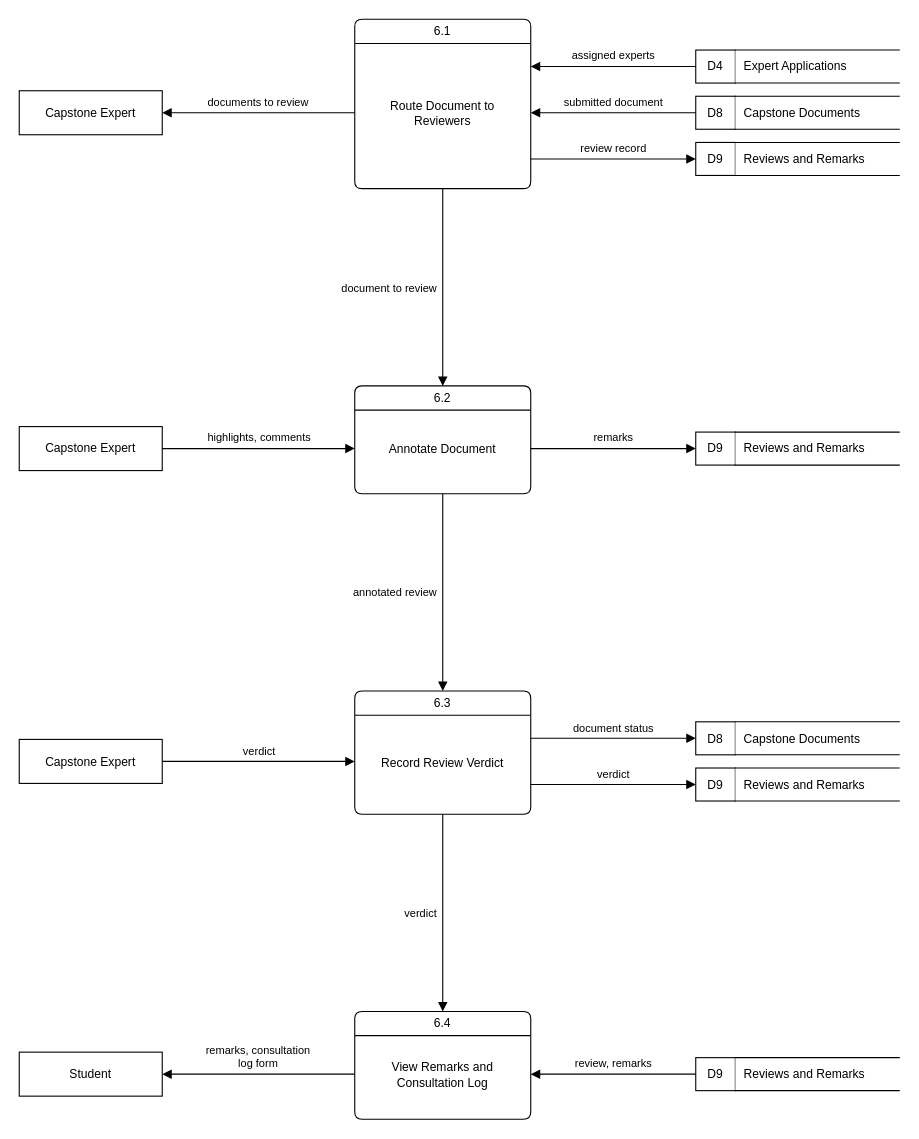
Before: page "DFD Level 1 - 6.0 Review and Annotate Documents" (9 of 15) of docs/diagrams/capstrack-diagrams-all.drawio in M21thony/capstrack, a draw.io diagram. Source tidied: cells renumbered, new cells numbered last; positions are measured from the earlier drawing's top-left corner, leaving out a move shared by most shapes. Both pictures are drawn from the tidied source at 110%, with x=0, y=0 at pixel (19, 19).
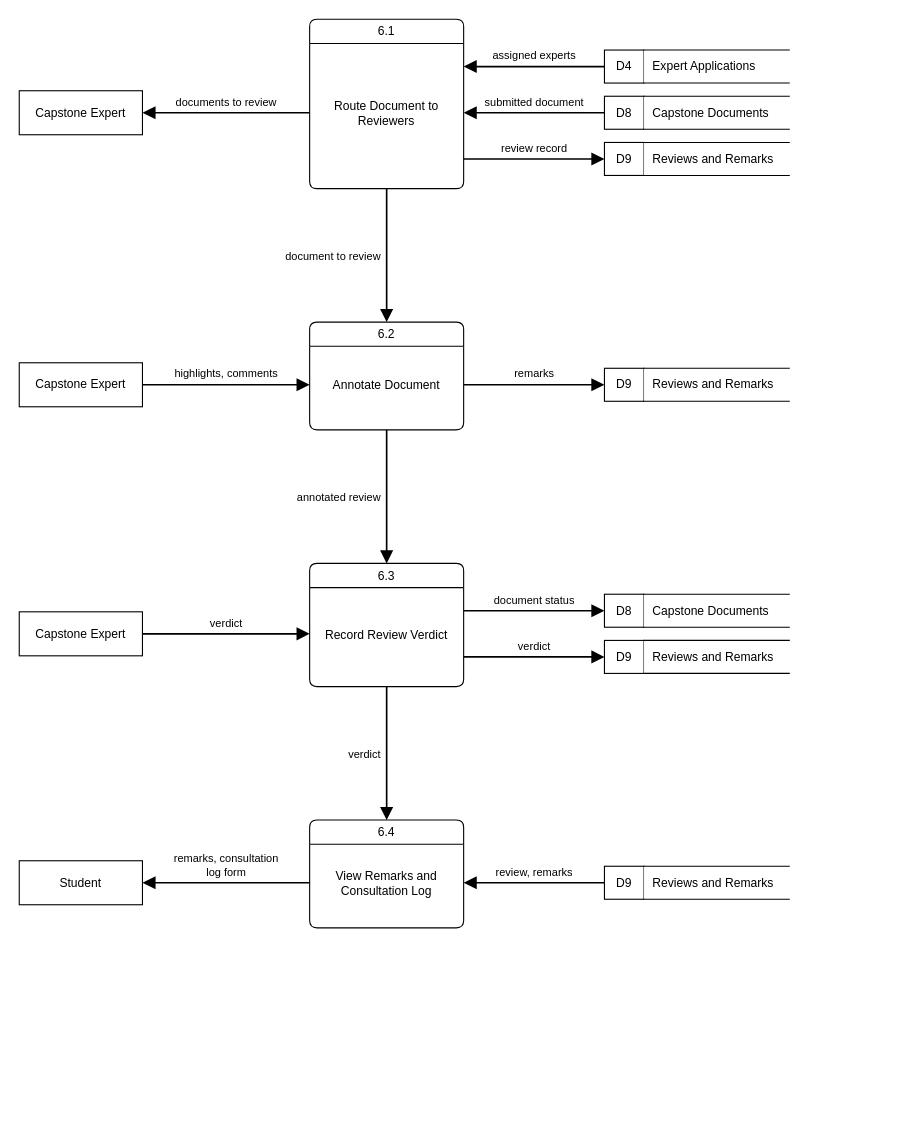
The same diagram, later.

Diff of the diagram source:
```diff
@@
     <mxCell id="2" value="6.1" style="swimlane;shape=swimlane;rounded=1;arcSize=10;startSize=22;html=1;whiteSpace=wrap;fillColor=#ffffff;swimlaneFillColor=#ffffff;fontStyle=0;fontSize=11;strokeColor=#000000;fontFamily=Helvetica;fontColor=#000000;" parent="1" vertex="1">
-      <mxGeometry x="305" width="160" height="154" as="geometry" />
+      <mxGeometry x="264" width="140" height="154" as="geometry" />
     </mxCell>
     <mxCell id="3" value="Route Document to Reviewers" style="text;html=1;strokeColor=none;fillColor=none;align=center;verticalAlign=middle;whiteSpace=wrap;fontSize=11;fontFamily=Helvetica;fontColor=#000000;" parent="2" vertex="1">
-      <mxGeometry x="6" y="22" width="148" height="128" as="geometry" />
+      <mxGeometry x="6" y="22" width="128" height="128" as="geometry" />
     </mxCell>
     <mxCell id="4" value="Capstone Expert" style="rounded=0;whiteSpace=wrap;html=1;fillColor=#ffffff;fontSize=11;strokeColor=#000000;fontFamily=Helvetica;fontColor=#000000;" parent="1" vertex="1">
-      <mxGeometry y="65" width="130" height="40" as="geometry" />
+      <mxGeometry y="65" width="112" height="40" as="geometry" />
     </mxCell>
-    <mxCell id="5" value="documents to review" style="edgeStyle=orthogonalEdgeStyle;rounded=0;html=1;endArrow=block;endFill=1;endSize=6;startArrow=none;strokeColor=#000000;fontFamily=Helvetica;fontColor=#000000;fontSize=10;labelBackgroundColor=#ffffff;verticalAlign=bottom;exitX=0;exitY=0.551948;exitDx=0;exitDy=0;entryX=1;entryY=0.5;entryDx=0;entryDy=0;" parent="1" edge="1" source="2" target="4">
+    <mxCell id="5" value="documents to review" style="edgeStyle=orthogonalEdgeStyle;rounded=0;html=1;endArrow=block;endFill=1;endSize=8;strokeWidth=1.5;startArrow=none;strokeColor=#000000;fontFamily=Helvetica;fontColor=#000000;fontSize=10;labelBackgroundColor=#ffffff;verticalAlign=bottom;exitX=0;exitY=0.551948;exitDx=0;exitDy=0;entryX=1;entryY=0.5;entryDx=0;entryDy=0;" parent="1" edge="1" source="2" target="4">
       <mxGeometry relative="1" as="geometry">
         <mxPoint y="-1" as="offset" />
       </mxGeometry>
     </mxCell>
     <mxCell id="6" style="rounded=0;html=1;fillColor=none;strokeColor=none;" parent="1" vertex="1">
-      <mxGeometry x="615" y="28" width="185" height="30" as="geometry" />
+      <mxGeometry x="532" y="28" width="168" height="30" as="geometry" />
     </mxCell>
@@
     <mxCell id="8" value="Expert Applications" style="shape=partialRectangle;left=0;right=0;top=1;bottom=1;whiteSpace=wrap;html=1;align=left;spacingLeft=6;fillColor=#ffffff;fontSize=11;strokeColor=#000000;fontFamily=Helvetica;fontColor=#000000;" parent="6" vertex="1">
-      <mxGeometry x="36" width="149" height="30" as="geometry" />
+      <mxGeometry x="36" width="132" height="30" as="geometry" />
     </mxCell>
-    <mxCell id="9" value="assigned experts" style="edgeStyle=orthogonalEdgeStyle;rounded=0;html=1;endArrow=block;endFill=1;endSize=6;startArrow=none;strokeColor=#000000;fontFamily=Helvetica;fontColor=#000000;fontSize=10;labelBackgroundColor=#ffffff;verticalAlign=bottom;exitX=0;exitY=0.5;exitDx=0;exitDy=0;entryX=1;entryY=0.279221;entryDx=0;entryDy=0;" parent="1" edge="1" source="6" target="2">
+    <mxCell id="9" value="assigned experts" style="edgeStyle=orthogonalEdgeStyle;rounded=0;html=1;endArrow=block;endFill=1;endSize=8;strokeWidth=1.5;startArrow=none;strokeColor=#000000;fontFamily=Helvetica;fontColor=#000000;fontSize=10;labelBackgroundColor=#ffffff;verticalAlign=bottom;exitX=0;exitY=0.5;exitDx=0;exitDy=0;entryX=1;entryY=0.279221;entryDx=0;entryDy=0;" parent="1" edge="1" source="6" target="2">
       <mxGeometry relative="1" as="geometry">
         <mxPoint y="-1" as="offset" />
       </mxGeometry>
     </mxCell>
     <mxCell id="10" style="rounded=0;html=1;fillColor=none;strokeColor=none;" parent="1" vertex="1">
-      <mxGeometry x="615" y="70" width="185" height="30" as="geometry" />
+      <mxGeometry x="532" y="70" width="168" height="30" as="geometry" />
     </mxCell>
@@
     <mxCell id="12" value="Capstone Documents" style="shape=partialRectangle;left=0;right=0;top=1;bottom=1;whiteSpace=wrap;html=1;align=left;spacingLeft=6;fillColor=#ffffff;fontSize=11;strokeColor=#000000;fontFamily=Helvetica;fontColor=#000000;" parent="10" vertex="1">
-      <mxGeometry x="36" width="149" height="30" as="geometry" />
+      <mxGeometry x="36" width="132" height="30" as="geometry" />
     </mxCell>
-    <mxCell id="13" value="submitted document" style="edgeStyle=orthogonalEdgeStyle;rounded=0;html=1;endArrow=block;endFill=1;endSize=6;startArrow=none;strokeColor=#000000;fontFamily=Helvetica;fontColor=#000000;fontSize=10;labelBackgroundColor=#ffffff;verticalAlign=bottom;exitX=0;exitY=0.5;exitDx=0;exitDy=0;entryX=1;entryY=0.551948;entryDx=0;entryDy=0;" parent="1" edge="1" source="10" target="2">
+    <mxCell id="13" value="submitted document" style="edgeStyle=orthogonalEdgeStyle;rounded=0;html=1;endArrow=block;endFill=1;endSize=8;strokeWidth=1.5;startArrow=none;strokeColor=#000000;fontFamily=Helvetica;fontColor=#000000;fontSize=10;labelBackgroundColor=#ffffff;verticalAlign=bottom;exitX=0;exitY=0.5;exitDx=0;exitDy=0;entryX=1;entryY=0.551948;entryDx=0;entryDy=0;" parent="1" edge="1" source="10" target="2">
       <mxGeometry relative="1" as="geometry">
         <mxPoint y="-1" as="offset" />
       </mxGeometry>
     </mxCell>
     <mxCell id="14" style="rounded=0;html=1;fillColor=none;strokeColor=none;" parent="1" vertex="1">
-      <mxGeometry x="615" y="112" width="185" height="30" as="geometry" />
+      <mxGeometry x="532" y="112" width="168" height="30" as="geometry" />
     </mxCell>
@@
     <mxCell id="16" value="Reviews and Remarks" style="shape=partialRectangle;left=0;right=0;top=1;bottom=1;whiteSpace=wrap;html=1;align=left;spacingLeft=6;fillColor=#ffffff;fontSize=11;strokeColor=#000000;fontFamily=Helvetica;fontColor=#000000;" parent="14" vertex="1">
-      <mxGeometry x="36" width="149" height="30" as="geometry" />
+      <mxGeometry x="36" width="132" height="30" as="geometry" />
     </mxCell>
-    <mxCell id="17" value="review record" style="edgeStyle=orthogonalEdgeStyle;rounded=0;html=1;endArrow=block;endFill=1;endSize=6;startArrow=none;strokeColor=#000000;fontFamily=Helvetica;fontColor=#000000;fontSize=10;labelBackgroundColor=#ffffff;verticalAlign=bottom;exitX=1;exitY=0.824675;exitDx=0;exitDy=0;entryX=0;entryY=0.5;entryDx=0;entryDy=0;" parent="1" edge="1" source="2" target="14">
+    <mxCell id="17" value="review record" style="edgeStyle=orthogonalEdgeStyle;rounded=0;html=1;endArrow=block;endFill=1;endSize=8;strokeWidth=1.5;startArrow=none;strokeColor=#000000;fontFamily=Helvetica;fontColor=#000000;fontSize=10;labelBackgroundColor=#ffffff;verticalAlign=bottom;exitX=1;exitY=0.824675;exitDx=0;exitDy=0;entryX=0;entryY=0.5;entryDx=0;entryDy=0;" parent="1" edge="1" source="2" target="14">
       <mxGeometry relative="1" as="geometry">
         <mxPoint y="-1" as="offset" />
       </mxGeometry>
     </mxCell>
     <mxCell id="18" value="6.2" style="swimlane;shape=swimlane;rounded=1;arcSize=10;startSize=22;html=1;whiteSpace=wrap;fillColor=#ffffff;swimlaneFillColor=#ffffff;fontStyle=0;fontSize=11;strokeColor=#000000;fontFamily=Helvetica;fontColor=#000000;" parent="1" vertex="1">
-      <mxGeometry x="305" y="333.3" width="160" height="98" as="geometry" />
+      <mxGeometry x="264" y="275.3" width="140" height="98" as="geometry" />
     </mxCell>
     <mxCell id="19" value="Annotate Document" style="text;html=1;strokeColor=none;fillColor=none;align=center;verticalAlign=middle;whiteSpace=wrap;fontSize=11;fontFamily=Helvetica;fontColor=#000000;" parent="18" vertex="1">
-      <mxGeometry x="6" y="22" width="148" height="72" as="geometry" />
+      <mxGeometry x="6" y="22" width="128" height="72" as="geometry" />
     </mxCell>
     <mxCell id="20" value="Capstone Expert" style="rounded=0;whiteSpace=wrap;html=1;fillColor=#ffffff;fontSize=11;strokeColor=#000000;fontFamily=Helvetica;fontColor=#000000;" parent="1" vertex="1">
-      <mxGeometry y="370.3" width="130" height="40" as="geometry" />
+      <mxGeometry y="312.3" width="112" height="40" as="geometry" />
     </mxCell>
-    <mxCell id="21" value="highlights, comments" style="edgeStyle=orthogonalEdgeStyle;rounded=0;html=1;endArrow=block;endFill=1;endSize=6;startArrow=none;strokeColor=#000000;fontFamily=Helvetica;fontColor=#000000;fontSize=10;labelBackgroundColor=#ffffff;verticalAlign=bottom;exitX=1;exitY=0.5;exitDx=0;exitDy=0;entryX=0;entryY=0.581633;entryDx=0;entryDy=0;" parent="1" edge="1" source="20" target="18">
+    <mxCell id="21" value="highlights, comments" style="edgeStyle=orthogonalEdgeStyle;rounded=0;html=1;endArrow=block;endFill=1;endSize=8;strokeWidth=1.5;startArrow=none;strokeColor=#000000;fontFamily=Helvetica;fontColor=#000000;fontSize=10;labelBackgroundColor=#ffffff;verticalAlign=bottom;exitX=1;exitY=0.5;exitDx=0;exitDy=0;entryX=0;entryY=0.581633;entryDx=0;entryDy=0;" parent="1" edge="1" source="20" target="18">
       <mxGeometry relative="1" as="geometry">
         <mxPoint y="-1" as="offset" />
       </mxGeometry>
     </mxCell>
     <mxCell id="22" style="rounded=0;html=1;fillColor=none;strokeColor=none;" parent="1" vertex="1">
-      <mxGeometry x="615" y="375.3" width="185" height="30" as="geometry" />
+      <mxGeometry x="532" y="317.3" width="168" height="30" as="geometry" />
     </mxCell>
@@
     <mxCell id="24" value="Reviews and Remarks" style="shape=partialRectangle;left=0;right=0;top=1;bottom=1;whiteSpace=wrap;html=1;align=left;spacingLeft=6;fillColor=#ffffff;fontSize=11;strokeColor=#000000;fontFamily=Helvetica;fontColor=#000000;" parent="22" vertex="1">
-      <mxGeometry x="36" width="149" height="30" as="geometry" />
+      <mxGeometry x="36" width="132" height="30" as="geometry" />
     </mxCell>
-    <mxCell id="25" value="remarks" style="edgeStyle=orthogonalEdgeStyle;rounded=0;html=1;endArrow=block;endFill=1;endSize=6;startArrow=none;strokeColor=#000000;fontFamily=Helvetica;fontColor=#000000;fontSize=10;labelBackgroundColor=#ffffff;verticalAlign=bottom;exitX=1;exitY=0.581633;exitDx=0;exitDy=0;entryX=0;entryY=0.5;entryDx=0;entryDy=0;" parent="1" edge="1" source="18" target="22">
+    <mxCell id="25" value="remarks" style="edgeStyle=orthogonalEdgeStyle;rounded=0;html=1;endArrow=block;endFill=1;endSize=8;strokeWidth=1.5;startArrow=none;strokeColor=#000000;fontFamily=Helvetica;fontColor=#000000;fontSize=10;labelBackgroundColor=#ffffff;verticalAlign=bottom;exitX=1;exitY=0.581633;exitDx=0;exitDy=0;entryX=0;entryY=0.5;entryDx=0;entryDy=0;" parent="1" edge="1" source="18" target="22">
       <mxGeometry relative="1" as="geometry">
         <mxPoint y="-1" as="offset" />
       </mxGeometry>
     </mxCell>
     <mxCell id="26" value="6.3" style="swimlane;shape=swimlane;rounded=1;arcSize=10;startSize=22;html=1;whiteSpace=wrap;fillColor=#ffffff;swimlaneFillColor=#ffffff;fontStyle=0;fontSize=11;strokeColor=#000000;fontFamily=Helvetica;fontColor=#000000;" parent="1" vertex="1">
-      <mxGeometry x="305" y="610.7" width="160" height="112" as="geometry" />
+      <mxGeometry x="264" y="494.7" width="140" height="112" as="geometry" />
     </mxCell>
     <mxCell id="27" value="Record Review Verdict" style="text;html=1;strokeColor=none;fillColor=none;align=center;verticalAlign=middle;whiteSpace=wrap;fontSize=11;fontFamily=Helvetica;fontColor=#000000;" parent="26" vertex="1">
-      <mxGeometry x="6" y="22" width="148" height="86" as="geometry" />
+      <mxGeometry x="6" y="22" width="128" height="86" as="geometry" />
     </mxCell>
     <mxCell id="28" value="Capstone Expert" style="rounded=0;whiteSpace=wrap;html=1;fillColor=#ffffff;fontSize=11;strokeColor=#000000;fontFamily=Helvetica;fontColor=#000000;" parent="1" vertex="1">
-      <mxGeometry y="654.7" width="130" height="40" as="geometry" />
+      <mxGeometry y="538.7" width="112" height="40" as="geometry" />
     </mxCell>
-    <mxCell id="29" value="verdict" style="edgeStyle=orthogonalEdgeStyle;rounded=0;html=1;endArrow=block;endFill=1;endSize=6;startArrow=none;strokeColor=#000000;fontFamily=Helvetica;fontColor=#000000;fontSize=10;labelBackgroundColor=#ffffff;verticalAlign=bottom;exitX=1;exitY=0.5;exitDx=0;exitDy=0;entryX=0;entryY=0.571429;entryDx=0;entryDy=0;" parent="1" edge="1" source="28" target="26">
+    <mxCell id="29" value="verdict" style="edgeStyle=orthogonalEdgeStyle;rounded=0;html=1;endArrow=block;endFill=1;endSize=8;strokeWidth=1.5;startArrow=none;strokeColor=#000000;fontFamily=Helvetica;fontColor=#000000;fontSize=10;labelBackgroundColor=#ffffff;verticalAlign=bottom;exitX=1;exitY=0.5;exitDx=0;exitDy=0;entryX=0;entryY=0.571429;entryDx=0;entryDy=0;" parent="1" edge="1" source="28" target="26">
       <mxGeometry relative="1" as="geometry">
         <mxPoint y="-1" as="offset" />
       </mxGeometry>
     </mxCell>
     <mxCell id="30" style="rounded=0;html=1;fillColor=none;strokeColor=none;" parent="1" vertex="1">
-      <mxGeometry x="615" y="638.7" width="185" height="30" as="geometry" />
+      <mxGeometry x="532" y="522.7" width="168" height="30" as="geometry" />
     </mxCell>
@@
     <mxCell id="32" value="Capstone Documents" style="shape=partialRectangle;left=0;right=0;top=1;bottom=1;whiteSpace=wrap;html=1;align=left;spacingLeft=6;fillColor=#ffffff;fontSize=11;strokeColor=#000000;fontFamily=Helvetica;fontColor=#000000;" parent="30" vertex="1">
-      <mxGeometry x="36" width="149" height="30" as="geometry" />
+      <mxGeometry x="36" width="132" height="30" as="geometry" />
     </mxCell>
-    <mxCell id="33" value="document status" style="edgeStyle=orthogonalEdgeStyle;rounded=0;html=1;endArrow=block;endFill=1;endSize=6;startArrow=none;strokeColor=#000000;fontFamily=Helvetica;fontColor=#000000;fontSize=10;labelBackgroundColor=#ffffff;verticalAlign=bottom;exitX=1;exitY=0.383929;exitDx=0;exitDy=0;entryX=0;entryY=0.5;entryDx=0;entryDy=0;" parent="1" edge="1" source="26" target="30">
+    <mxCell id="33" value="document status" style="edgeStyle=orthogonalEdgeStyle;rounded=0;html=1;endArrow=block;endFill=1;endSize=8;strokeWidth=1.5;startArrow=none;strokeColor=#000000;fontFamily=Helvetica;fontColor=#000000;fontSize=10;labelBackgroundColor=#ffffff;verticalAlign=bottom;exitX=1;exitY=0.383929;exitDx=0;exitDy=0;entryX=0;entryY=0.5;entryDx=0;entryDy=0;" parent="1" edge="1" source="26" target="30">
       <mxGeometry relative="1" as="geometry">
         <mxPoint y="-1" as="offset" />
       </mxGeometry>
     </mxCell>
     <mxCell id="34" style="rounded=0;html=1;fillColor=none;strokeColor=none;" parent="1" vertex="1">
-      <mxGeometry x="615" y="680.7" width="185" height="30" as="geometry" />
+      <mxGeometry x="532" y="564.7" width="168" height="30" as="geometry" />
     </mxCell>
@@
     <mxCell id="36" value="Reviews and Remarks" style="shape=partialRectangle;left=0;right=0;top=1;bottom=1;whiteSpace=wrap;html=1;align=left;spacingLeft=6;fillColor=#ffffff;fontSize=11;strokeColor=#000000;fontFamily=Helvetica;fontColor=#000000;" parent="34" vertex="1">
-      <mxGeometry x="36" width="149" height="30" as="geometry" />
+      <mxGeometry x="36" width="132" height="30" as="geometry" />
     </mxCell>
-    <mxCell id="37" value="verdict" style="edgeStyle=orthogonalEdgeStyle;rounded=0;html=1;endArrow=block;endFill=1;endSize=6;startArrow=none;strokeColor=#000000;fontFamily=Helvetica;fontColor=#000000;fontSize=10;labelBackgroundColor=#ffffff;verticalAlign=bottom;exitX=1;exitY=0.758929;exitDx=0;exitDy=0;entryX=0;entryY=0.5;entryDx=0;entryDy=0;" parent="1" edge="1" source="26" target="34">
+    <mxCell id="37" value="verdict" style="edgeStyle=orthogonalEdgeStyle;rounded=0;html=1;endArrow=block;endFill=1;endSize=8;strokeWidth=1.5;startArrow=none;strokeColor=#000000;fontFamily=Helvetica;fontColor=#000000;fontSize=10;labelBackgroundColor=#ffffff;verticalAlign=bottom;exitX=1;exitY=0.758929;exitDx=0;exitDy=0;entryX=0;entryY=0.5;entryDx=0;entryDy=0;" parent="1" edge="1" source="26" target="34">
       <mxGeometry relative="1" as="geometry">
         <mxPoint y="-1" as="offset" />
       </mxGeometry>
     </mxCell>
     <mxCell id="38" value="6.4" style="swimlane;shape=swimlane;rounded=1;arcSize=10;startSize=22;html=1;whiteSpace=wrap;fillColor=#ffffff;swimlaneFillColor=#ffffff;fontStyle=0;fontSize=11;strokeColor=#000000;fontFamily=Helvetica;fontColor=#000000;" parent="1" vertex="1">
-      <mxGeometry x="305" y="902" width="160" height="98" as="geometry" />
+      <mxGeometry x="264" y="728" width="140" height="98" as="geometry" />
     </mxCell>
     <mxCell id="39" value="View Remarks and Consultation Log" style="text;html=1;strokeColor=none;fillColor=none;align=center;verticalAlign=middle;whiteSpace=wrap;fontSize=11;fontFamily=Helvetica;fontColor=#000000;" parent="38" vertex="1">
-      <mxGeometry x="6" y="22" width="148" height="72" as="geometry" />
+      <mxGeometry x="6" y="22" width="128" height="72" as="geometry" />
     </mxCell>
     <mxCell id="40" value="Student" style="rounded=0;whiteSpace=wrap;html=1;fillColor=#ffffff;fontSize=11;strokeColor=#000000;fontFamily=Helvetica;fontColor=#000000;" parent="1" vertex="1">
-      <mxGeometry y="939" width="130" height="40" as="geometry" />
+      <mxGeometry y="765" width="112" height="40" as="geometry" />
     </mxCell>
-    <mxCell id="41" value="remarks, consultation&lt;br&gt;log form" style="edgeStyle=orthogonalEdgeStyle;rounded=0;html=1;endArrow=block;endFill=1;endSize=6;startArrow=none;strokeColor=#000000;fontFamily=Helvetica;fontColor=#000000;fontSize=10;labelBackgroundColor=#ffffff;verticalAlign=bottom;exitX=0;exitY=0.581633;exitDx=0;exitDy=0;entryX=1;entryY=0.5;entryDx=0;entryDy=0;" parent="1" edge="1" source="38" target="40">
+    <mxCell id="41" value="remarks, consultation&lt;br&gt;log form" style="edgeStyle=orthogonalEdgeStyle;rounded=0;html=1;endArrow=block;endFill=1;endSize=8;strokeWidth=1.5;startArrow=none;strokeColor=#000000;fontFamily=Helvetica;fontColor=#000000;fontSize=10;labelBackgroundColor=#ffffff;verticalAlign=bottom;exitX=0;exitY=0.581633;exitDx=0;exitDy=0;entryX=1;entryY=0.5;entryDx=0;entryDy=0;" parent="1" edge="1" source="38" target="40">
       <mxGeometry relative="1" as="geometry">
         <mxPoint y="-1" as="offset" />
       </mxGeometry>
     </mxCell>
     <mxCell id="42" style="rounded=0;html=1;fillColor=none;strokeColor=none;" parent="1" vertex="1">
-      <mxGeometry x="615" y="944" width="185" height="30" as="geometry" />
+      <mxGeometry x="532" y="770" width="168" height="30" as="geometry" />
     </mxCell>
@@
     <mxCell id="44" value="Reviews and Remarks" style="shape=partialRectangle;left=0;right=0;top=1;bottom=1;whiteSpace=wrap;html=1;align=left;spacingLeft=6;fillColor=#ffffff;fontSize=11;strokeColor=#000000;fontFamily=Helvetica;fontColor=#000000;" parent="42" vertex="1">
-      <mxGeometry x="36" width="149" height="30" as="geometry" />
+      <mxGeometry x="36" width="132" height="30" as="geometry" />
     </mxCell>
-    <mxCell id="45" value="review, remarks" style="edgeStyle=orthogonalEdgeStyle;rounded=0;html=1;endArrow=block;endFill=1;endSize=6;startArrow=none;strokeColor=#000000;fontFamily=Helvetica;fontColor=#000000;fontSize=10;labelBackgroundColor=#ffffff;verticalAlign=bottom;exitX=0;exitY=0.5;exitDx=0;exitDy=0;entryX=1;entryY=0.581633;entryDx=0;entryDy=0;" parent="1" edge="1" source="42" target="38">
+    <mxCell id="45" value="review, remarks" style="edgeStyle=orthogonalEdgeStyle;rounded=0;html=1;endArrow=block;endFill=1;endSize=8;strokeWidth=1.5;startArrow=none;strokeColor=#000000;fontFamily=Helvetica;fontColor=#000000;fontSize=10;labelBackgroundColor=#ffffff;verticalAlign=bottom;exitX=0;exitY=0.5;exitDx=0;exitDy=0;entryX=1;entryY=0.581633;entryDx=0;entryDy=0;" parent="1" edge="1" source="42" target="38">
       <mxGeometry relative="1" as="geometry">
         <mxPoint y="-1" as="offset" />
       </mxGeometry>
     </mxCell>
-    <mxCell id="46" value="document to review" style="edgeStyle=orthogonalEdgeStyle;rounded=0;html=1;endArrow=block;endFill=1;endSize=6;startArrow=none;strokeColor=#000000;fontFamily=Helvetica;fontColor=#000000;fontSize=10;labelBackgroundColor=#ffffff;align=right;exitX=0.5;exitY=1;exitDx=0;exitDy=0;entryX=0.5;entryY=0;entryDx=0;entryDy=0;" parent="1" edge="1" source="2" target="18">
+    <mxCell id="46" value="document to review" style="edgeStyle=orthogonalEdgeStyle;rounded=0;html=1;endArrow=block;endFill=1;endSize=8;strokeWidth=1.5;startArrow=none;strokeColor=#000000;fontFamily=Helvetica;fontColor=#000000;fontSize=10;labelBackgroundColor=#ffffff;align=right;exitX=0.5;exitY=1;exitDx=0;exitDy=0;entryX=0.5;entryY=0;entryDx=0;entryDy=0;" parent="1" edge="1" source="2" target="18">
       <mxGeometry relative="1" as="geometry">
         <mxPoint x="-4" as="offset" />
       </mxGeometry>
     </mxCell>
-    <mxCell id="47" value="annotated review" style="edgeStyle=orthogonalEdgeStyle;rounded=0;html=1;endArrow=block;endFill=1;endSize=6;startArrow=none;strokeColor=#000000;fontFamily=Helvetica;fontColor=#000000;fontSize=10;labelBackgroundColor=#ffffff;align=right;exitX=0.5;exitY=1;exitDx=0;exitDy=0;entryX=0.5;entryY=0;entryDx=0;entryDy=0;" parent="1" edge="1" source="18" target="26">
+    <mxCell id="47" value="annotated review" style="edgeStyle=orthogonalEdgeStyle;rounded=0;html=1;endArrow=block;endFill=1;endSize=8;strokeWidth=1.5;startArrow=none;strokeColor=#000000;fontFamily=Helvetica;fontColor=#000000;fontSize=10;labelBackgroundColor=#ffffff;align=right;exitX=0.5;exitY=1;exitDx=0;exitDy=0;entryX=0.5;entryY=0;entryDx=0;entryDy=0;" parent="1" edge="1" source="18" target="26">
       <mxGeometry relative="1" as="geometry">
         <mxPoint x="-4" as="offset" />
       </mxGeometry>
     </mxCell>
-    <mxCell id="48" value="verdict" style="edgeStyle=orthogonalEdgeStyle;rounded=0;html=1;endArrow=block;endFill=1;endSize=6;startArrow=none;strokeColor=#000000;fontFamily=Helvetica;fontColor=#000000;fontSize=10;labelBackgroundColor=#ffffff;align=right;exitX=0.5;exitY=1;exitDx=0;exitDy=0;entryX=0.5;entryY=0;entryDx=0;entryDy=0;" parent="1" edge="1" source="26" target="38">
+    <mxCell id="48" value="verdict" style="edgeStyle=orthogonalEdgeStyle;rounded=0;html=1;endArrow=block;endFill=1;endSize=8;strokeWidth=1.5;startArrow=none;strokeColor=#000000;fontFamily=Helvetica;fontColor=#000000;fontSize=10;labelBackgroundColor=#ffffff;align=right;exitX=0.5;exitY=1;exitDx=0;exitDy=0;entryX=0.5;entryY=0;entryDx=0;entryDy=0;" parent="1" edge="1" source="26" target="38">
       <mxGeometry relative="1" as="geometry">
         <mxPoint x="-4" as="offset" />
       </mxGeometry>
     </mxCell>
```
